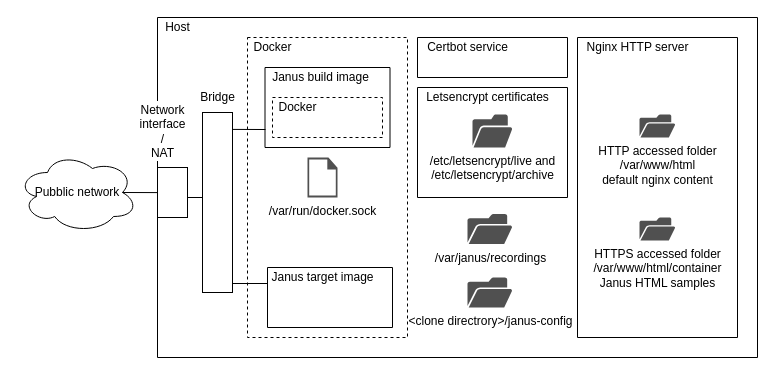
Earlier version of the draw.io diagram doc/host_setup.drawio (bartbalaz/janus-container). Source tidied: cells renumbered, new cells numbered last; positions are measured from the earlier drawing's top-left corner, leaving out a move shared by most shapes. Both pictures are drawn from the tidied source at 100%, with x=0, y=0 at pixel (17, 17).
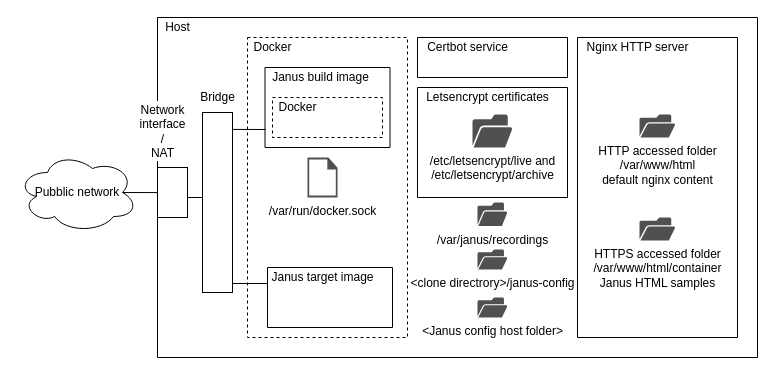
After the change.

Commit message (it also covers changes not shown here):
Updating setup instructions

Change to the diagram source:
```diff
@@
     <mxCell id="19" value="/var/janus/recordings" style="shadow=0;dashed=0;html=1;strokeColor=none;fillColor=#505050;labelPosition=center;verticalLabelPosition=bottom;verticalAlign=top;align=center;shape=mxgraph.office.concepts.folder_open;" parent="1" vertex="1">
-      <mxGeometry x="450" y="196.5" width="45" height="30" as="geometry" />
+      <mxGeometry x="460" y="185" width="30" height="23.5" as="geometry" />
     </mxCell>
@@
     <mxCell id="32" value="&amp;lt;clone directrory&amp;gt;/janus-config" style="shadow=0;dashed=0;html=1;strokeColor=none;fillColor=#505050;labelPosition=center;verticalLabelPosition=bottom;verticalAlign=top;align=center;shape=mxgraph.office.concepts.folder_open;" parent="1" vertex="1">
-      <mxGeometry x="450" y="260" width="45" height="30" as="geometry" />
+      <mxGeometry x="460" y="232" width="30" height="20" as="geometry" />
     </mxCell>
+    <mxCell id="33" value="&amp;lt;Janus config host folder&amp;gt;" style="shadow=0;dashed=0;html=1;strokeColor=none;fillColor=#505050;labelPosition=center;verticalLabelPosition=bottom;verticalAlign=top;align=center;shape=mxgraph.office.concepts.folder_open;" parent="1" vertex="1">
+      <mxGeometry x="460" y="280" width="30" height="20" as="geometry" />
+    </mxCell>
```
